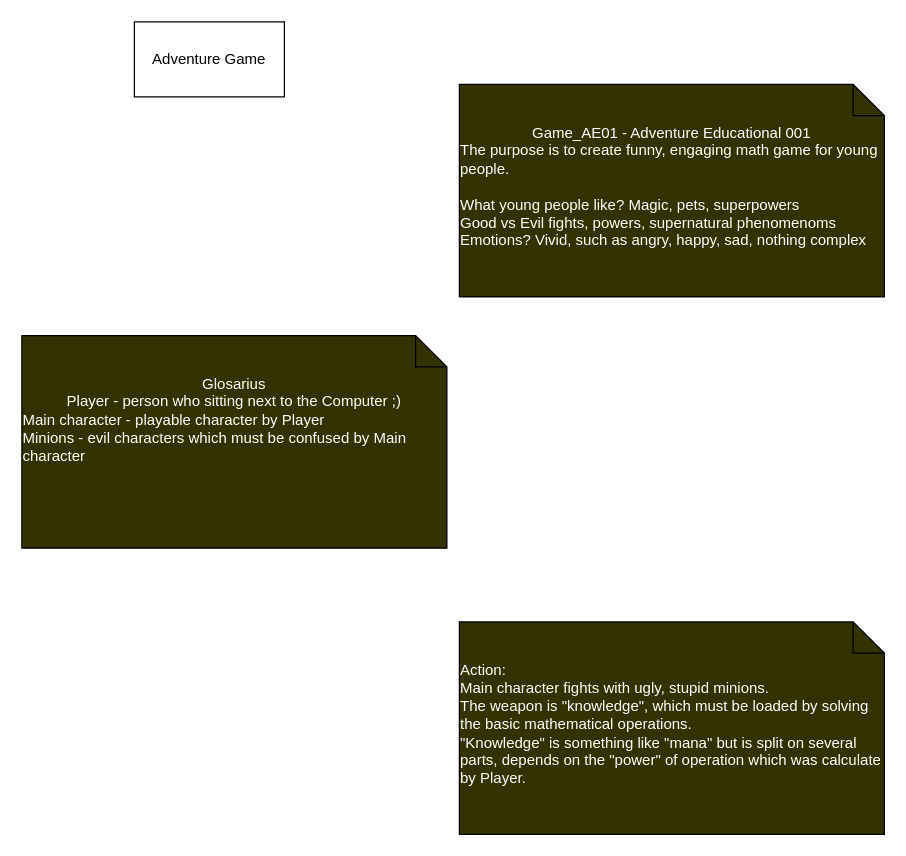
The draw.io diagram adventure_educational_game_001.drawio in Dexmo-7/myWarmingUp, before the edit. Source tidied: cells renumbered, new cells numbered last; positions are measured from the earlier drawing's top-left corner, leaving out a move shared by most shapes. Both pictures are drawn from the tidied source at 125%, with x=0, y=0 at pixel (21, 21).
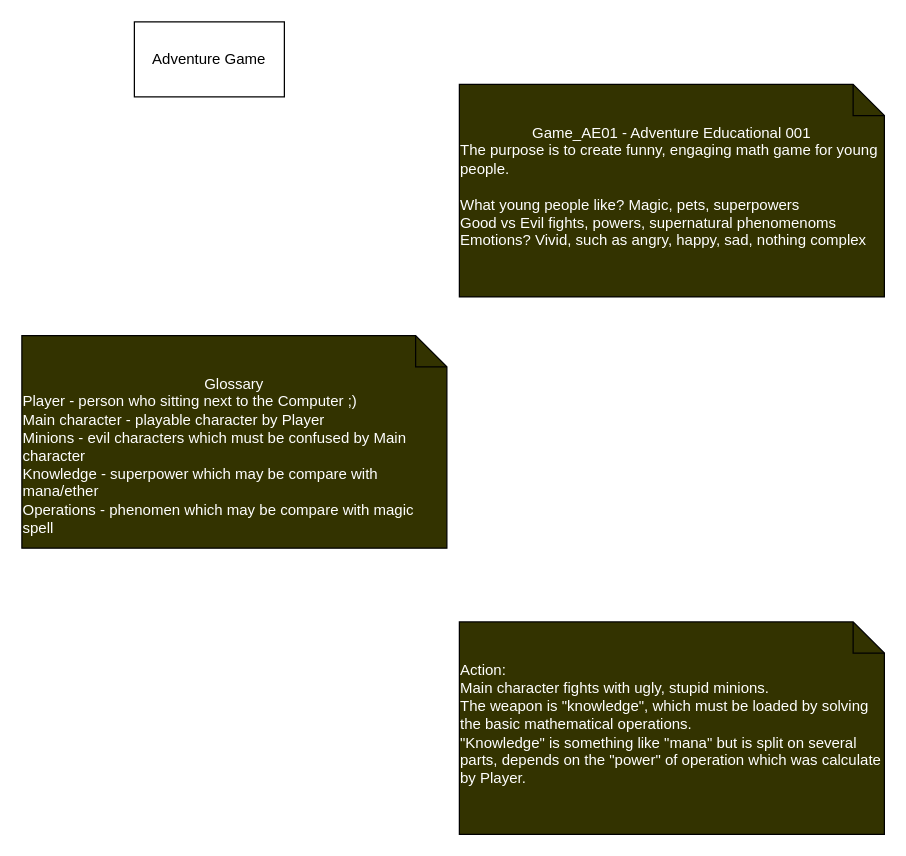
Above is the later version.

Commit message:
Add extra informations to Glossary

Change to the diagram source:
```diff
@@
 <mxGraphModel>
   <root>
     <mxCell id="0" />
     <mxCell id="1" parent="0" />
     <mxCell id="2" value="Adventure Game" style="rounded=0;whiteSpace=wrap;html=1;" parent="1" vertex="1">
       <mxGeometry x="90" width="120" height="60" as="geometry" />
     </mxCell>
     <mxCell id="3" value="Game_AE01 - Adventure Educational 001&lt;br&gt;&lt;div style=&quot;text-align: left;&quot;&gt;&lt;span style=&quot;background-color: initial;&quot;&gt;The purpose is to create funny, engaging math game for young people.&lt;/span&gt;&lt;/div&gt;&lt;div style=&quot;text-align: left;&quot;&gt;&lt;span style=&quot;background-color: initial;&quot;&gt;&lt;br&gt;&lt;/span&gt;&lt;/div&gt;&lt;div style=&quot;text-align: left;&quot;&gt;&lt;span style=&quot;background-color: initial;&quot;&gt;What young people like? Magic, pets, superpowers&amp;nbsp;&lt;/span&gt;&lt;/div&gt;&lt;div style=&quot;text-align: left;&quot;&gt;Good vs Evil fights, powers, supernatural phenomenoms&lt;/div&gt;&lt;div style=&quot;text-align: left;&quot;&gt;Emotions? Vivid, such as angry, happy, sad, nothing complex&lt;/div&gt;&lt;div style=&quot;text-align: left;&quot;&gt;&lt;br&gt;&lt;/div&gt;" style="shape=note2;boundedLbl=1;whiteSpace=wrap;html=1;size=25;verticalAlign=top;align=center;fillColor=#333300;fontColor=#FFFFFF;" parent="1" vertex="1">
       <mxGeometry x="350" y="50" width="340" height="170" as="geometry" />
     </mxCell>
     <mxCell id="4" value="&lt;div style=&quot;text-align: left;&quot;&gt;Action:&lt;/div&gt;&lt;div style=&quot;text-align: left;&quot;&gt;Main character fights with ugly, stupid minions.&lt;br&gt;The weapon is &quot;knowledge&quot;, which must be loaded by solving the basic mathematical operations.&lt;br&gt;&quot;Knowledge&quot; is something like &quot;mana&quot; but is split on several parts, depends on the &quot;power&quot; of operation which was calculate by Player.&lt;/div&gt;" style="shape=note2;boundedLbl=1;whiteSpace=wrap;html=1;size=25;verticalAlign=top;align=center;fillColor=#333300;fontColor=#FFFFFF;" parent="1" vertex="1">
       <mxGeometry x="350" y="480" width="340" height="170" as="geometry" />
     </mxCell>
-    <mxCell id="5" value="&lt;div style=&quot;&quot;&gt;Glosarius&lt;/div&gt;&lt;div style=&quot;&quot;&gt;Player - person who sitting next to the Computer ;)&lt;/div&gt;&lt;div style=&quot;text-align: left;&quot;&gt;Main character - playable character by Player&lt;/div&gt;&lt;div style=&quot;text-align: left;&quot;&gt;Minions - evil characters which must be confused by Main character&lt;/div&gt;" style="shape=note2;boundedLbl=1;whiteSpace=wrap;html=1;size=25;verticalAlign=top;align=center;fillColor=#333300;fontColor=#FFFFFF;" parent="1" vertex="1">
+    <mxCell id="5" value="&lt;div style=&quot;&quot;&gt;Glossary&lt;/div&gt;&lt;div style=&quot;text-align: left;&quot;&gt;Player - person who sitting next to the Computer ;)&lt;/div&gt;&lt;div style=&quot;text-align: left;&quot;&gt;Main character - playable character by Player&lt;/div&gt;&lt;div style=&quot;text-align: left;&quot;&gt;Minions - evil characters which must be confused by Main character&lt;br&gt;Knowledge - superpower which may be compare with mana/ether&lt;br&gt;Operations - phenomen which may be compare with magic spell&lt;/div&gt;" style="shape=note2;boundedLbl=1;whiteSpace=wrap;html=1;size=25;verticalAlign=top;align=center;fillColor=#333300;fontColor=#FFFFFF;" parent="1" vertex="1">
       <mxGeometry y="251" width="340" height="170" as="geometry" />
     </mxCell>
   </root>
 </mxGraphModel>
```
